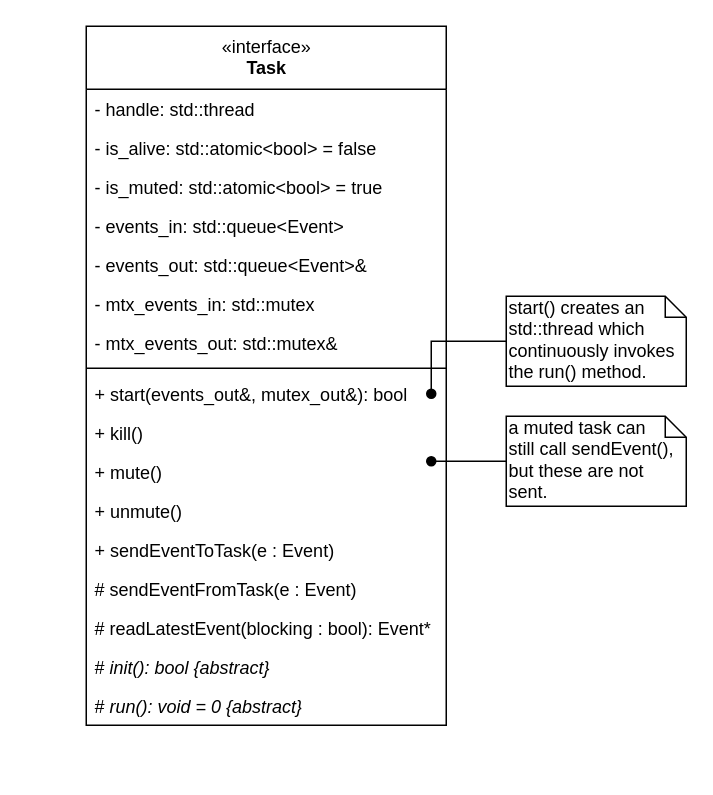
This is diagrams/task.drawio from LasseGoransson/ESD-E2020, a draw.io file, before an edit. Source tidied: cells renumbered, new cells numbered last; positions are measured from the earlier drawing's top-left corner, leaving out a move shared by most shapes. Both pictures are drawn from the tidied source at 150%, with x=0, y=0 at pixel (86, 26).
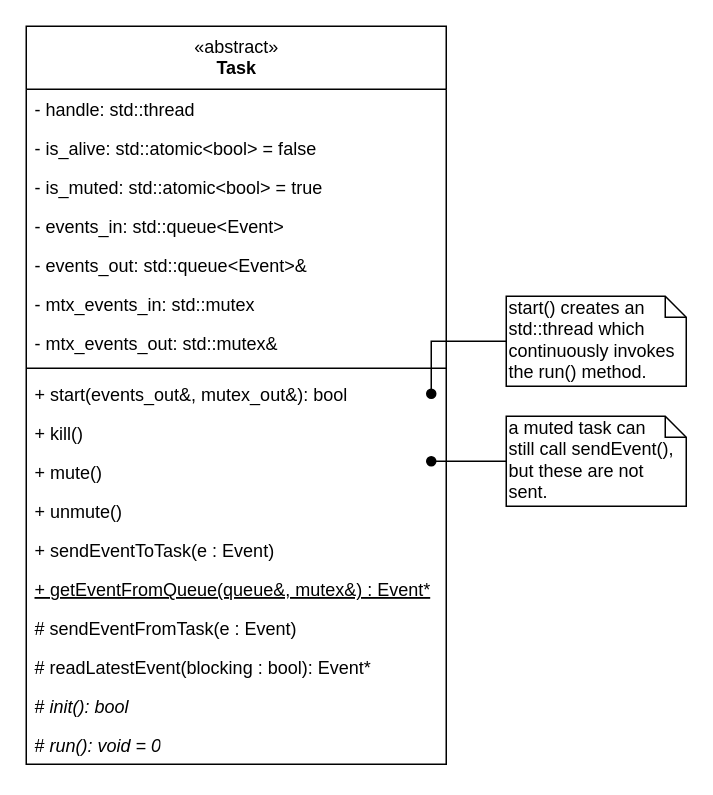
Above is the later version.

Change to the diagram source:
```diff
@@
-    <mxCell id="3" value="&lt;span style=&quot;font-weight: normal&quot;&gt;«interface»&lt;br&gt;&lt;/span&gt;Task" style="swimlane;fontStyle=1;align=center;verticalAlign=top;horizontal=1;startSize=42;html=1;" parent="1" vertex="1">
-      <mxGeometry width="240" height="466" as="geometry" />
+    <mxCell id="3" value="&lt;span style=&quot;font-weight: normal&quot;&gt;«abstract»&lt;br&gt;&lt;/span&gt;Task" style="swimlane;fontStyle=1;align=center;verticalAlign=top;horizontal=1;startSize=42;html=1;" parent="1" vertex="1">
+      <mxGeometry x="-40" width="280" height="492" as="geometry" />
     </mxCell>
     <mxCell id="4" value="- handle: std::thread" style="text;strokeColor=none;fillColor=none;align=left;verticalAlign=top;spacingLeft=4;spacingRight=4;overflow=hidden;" parent="3" vertex="1">
-      <mxGeometry y="42" width="240" height="26" as="geometry" />
+      <mxGeometry y="42" width="280" height="26" as="geometry" />
     </mxCell>
     <mxCell id="5" value="- is_alive: std::atomic&lt;bool&gt; = false" style="text;strokeColor=none;fillColor=none;align=left;verticalAlign=top;spacingLeft=4;spacingRight=4;overflow=hidden;" parent="3" vertex="1">
-      <mxGeometry y="68" width="240" height="26" as="geometry" />
+      <mxGeometry y="68" width="280" height="26" as="geometry" />
     </mxCell>
     <mxCell id="6" value="- is_muted: std::atomic&lt;bool&gt; = true" style="text;strokeColor=none;fillColor=none;align=left;verticalAlign=top;spacingLeft=4;spacingRight=4;overflow=hidden;" parent="3" vertex="1">
-      <mxGeometry y="94" width="240" height="26" as="geometry" />
+      <mxGeometry y="94" width="280" height="26" as="geometry" />
     </mxCell>
     <mxCell id="7" value="- events_in: std::queue&lt;Event&gt;" style="text;strokeColor=none;fillColor=none;align=left;verticalAlign=top;spacingLeft=4;spacingRight=4;overflow=hidden;" parent="3" vertex="1">
-      <mxGeometry y="120" width="240" height="26" as="geometry" />
+      <mxGeometry y="120" width="280" height="26" as="geometry" />
     </mxCell>
     <mxCell id="8" value="- events_out: std::queue&lt;Event&gt;&amp;" style="text;strokeColor=none;fillColor=none;align=left;verticalAlign=top;spacingLeft=4;spacingRight=4;overflow=hidden;" parent="3" vertex="1">
-      <mxGeometry y="146" width="240" height="26" as="geometry" />
+      <mxGeometry y="146" width="280" height="26" as="geometry" />
     </mxCell>
     <mxCell id="9" value="- mtx_events_in: std::mutex" style="text;strokeColor=none;fillColor=none;align=left;verticalAlign=top;spacingLeft=4;spacingRight=4;overflow=hidden;" parent="3" vertex="1">
-      <mxGeometry y="172" width="240" height="26" as="geometry" />
+      <mxGeometry y="172" width="280" height="26" as="geometry" />
     </mxCell>
     <mxCell id="10" value="- mtx_events_out: std::mutex&amp;" style="text;strokeColor=none;fillColor=none;align=left;verticalAlign=top;spacingLeft=4;spacingRight=4;overflow=hidden;" parent="3" vertex="1">
-      <mxGeometry y="198" width="240" height="26" as="geometry" />
+      <mxGeometry y="198" width="280" height="26" as="geometry" />
     </mxCell>
     <mxCell id="11" style="line;strokeWidth=1;fillColor=none;align=left;verticalAlign=middle;spacingTop=-1;spacingLeft=3;spacingRight=3;labelPosition=right;" parent="3" vertex="1">
-      <mxGeometry y="224" width="240" height="8" as="geometry" />
+      <mxGeometry y="224" width="280" height="8" as="geometry" />
     </mxCell>
     <mxCell id="12" value="+ start(events_out&amp;, mutex_out&amp;): bool" style="text;strokeColor=none;fillColor=none;align=left;verticalAlign=top;spacingLeft=4;spacingRight=4;overflow=hidden;" parent="3" vertex="1">
-      <mxGeometry y="232" width="240" height="26" as="geometry" />
+      <mxGeometry y="232" width="280" height="26" as="geometry" />
     </mxCell>
     <mxCell id="13" value="+ kill()" style="text;strokeColor=none;fillColor=none;align=left;verticalAlign=top;spacingLeft=4;spacingRight=4;overflow=hidden;" parent="3" vertex="1">
-      <mxGeometry y="258" width="240" height="26" as="geometry" />
+      <mxGeometry y="258" width="280" height="26" as="geometry" />
     </mxCell>
     <mxCell id="14" value="+ mute()" style="text;strokeColor=none;fillColor=none;align=left;verticalAlign=top;spacingLeft=4;spacingRight=4;overflow=hidden;" parent="3" vertex="1">
-      <mxGeometry y="284" width="240" height="26" as="geometry" />
+      <mxGeometry y="284" width="280" height="26" as="geometry" />
     </mxCell>
     <mxCell id="15" value="+ unmute()" style="text;strokeColor=none;fillColor=none;align=left;verticalAlign=top;spacingLeft=4;spacingRight=4;overflow=hidden;" parent="3" vertex="1">
-      <mxGeometry y="310" width="240" height="26" as="geometry" />
+      <mxGeometry y="310" width="280" height="26" as="geometry" />
     </mxCell>
     <mxCell id="16" value="+ sendEventToTask(e : Event)" style="text;strokeColor=none;fillColor=none;align=left;verticalAlign=top;spacingLeft=4;spacingRight=4;overflow=hidden;" parent="3" vertex="1">
-      <mxGeometry y="336" width="240" height="26" as="geometry" />
+      <mxGeometry y="336" width="280" height="26" as="geometry" />
     </mxCell>
+    <mxCell id="24" value="+ getEventFromQueue(queue&amp;, mutex&amp;) : Event*" style="text;strokeColor=none;fillColor=none;align=left;verticalAlign=top;spacingLeft=4;spacingRight=4;overflow=hidden;fontStyle=4;" parent="3" vertex="1">
+      <mxGeometry y="362" width="280" height="26" as="geometry" />
+    </mxCell>
     <mxCell id="17" value="# sendEventFromTask(e : Event)" style="text;strokeColor=none;fillColor=none;align=left;verticalAlign=top;spacingLeft=4;spacingRight=4;overflow=hidden;" parent="3" vertex="1">
-      <mxGeometry y="362" width="240" height="26" as="geometry" />
+      <mxGeometry y="388" width="280" height="26" as="geometry" />
     </mxCell>
     <mxCell id="18" value="# readLatestEvent(blocking : bool): Event*" style="text;strokeColor=none;fillColor=none;align=left;verticalAlign=top;spacingLeft=4;spacingRight=4;overflow=hidden;" parent="3" vertex="1">
-      <mxGeometry y="388" width="240" height="26" as="geometry" />
+      <mxGeometry y="414" width="280" height="26" as="geometry" />
     </mxCell>
-    <mxCell id="19" value="&lt;span style=&quot;font-style: normal&quot;&gt;#&lt;/span&gt; init(): bool {abstract}" style="text;strokeColor=none;fillColor=none;align=left;verticalAlign=top;spacingLeft=4;spacingRight=4;overflow=hidden;fontStyle=2;html=1;" parent="3" vertex="1">
-      <mxGeometry y="414" width="240" height="26" as="geometry" />
+    <mxCell id="19" value="&lt;span style=&quot;font-style: normal&quot;&gt;#&lt;/span&gt; init(): bool" style="text;strokeColor=none;fillColor=none;align=left;verticalAlign=top;spacingLeft=4;spacingRight=4;overflow=hidden;fontStyle=2;html=1;" parent="3" vertex="1">
+      <mxGeometry y="440" width="280" height="26" as="geometry" />
     </mxCell>
-    <mxCell id="20" value="&lt;span style=&quot;font-style: normal&quot;&gt;#&lt;/span&gt; run(): void = 0 {abstract}" style="text;strokeColor=none;fillColor=none;align=left;verticalAlign=top;spacingLeft=4;spacingRight=4;overflow=hidden;fontStyle=2;html=1;" parent="3" vertex="1">
-      <mxGeometry y="440" width="240" height="26" as="geometry" />
+    <mxCell id="20" value="&lt;span style=&quot;font-style: normal&quot;&gt;#&lt;/span&gt; run(): void = 0" style="text;strokeColor=none;fillColor=none;align=left;verticalAlign=top;spacingLeft=4;spacingRight=4;overflow=hidden;fontStyle=2;html=1;" parent="3" vertex="1">
+      <mxGeometry y="466" width="280" height="26" as="geometry" />
     </mxCell>
```
